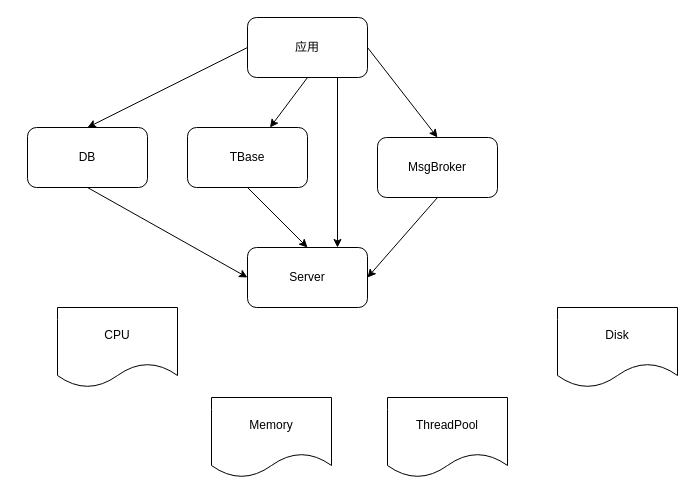
This is 通用容量模型.drawio from frankneu/draw.io, a draw.io file, before an edit. Source tidied: cells renumbered, new cells numbered last; positions are measured from the earlier drawing's top-left corner, leaving out a move shared by most shapes. Both pictures are drawn from the tidied source at 100%, with x=0, y=0 at pixel (27, 17).
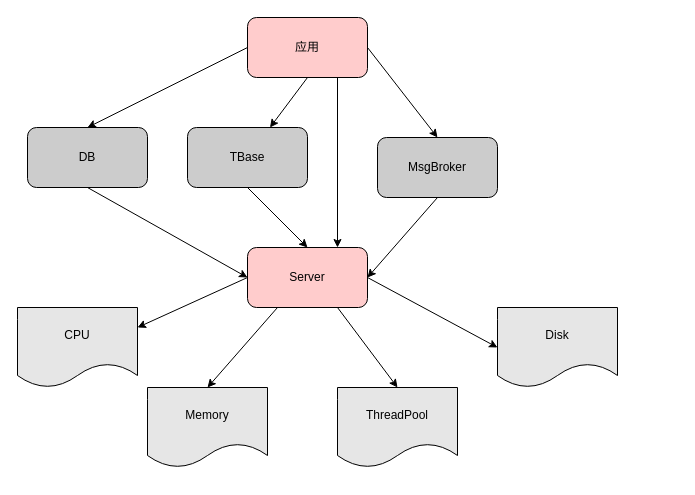
Above is the later version.

Commit message (it also covers changes not shown here):
Update 通用容量模型.drawio

What changed in the source:
```diff
@@
-    <mxCell id="2" style="rounded=0;jettySize=auto;html=1;exitX=0;exitY=0.5;exitDx=0;exitDy=0;entryX=0.5;entryY=0;entryDx=0;entryDy=0;" parent="1" edge="1" source="6" target="10">
+    <mxCell id="2" style="rounded=0;jettySize=auto;html=1;exitX=0;exitY=0.5;exitDx=0;exitDy=0;entryX=0.5;entryY=0;entryDx=0;entryDy=0;fillColor=#CCCCCC;" parent="1" edge="1" source="6" target="10">
       <mxGeometry relative="1" as="geometry" />
     </mxCell>
-    <mxCell id="3" style="rounded=0;jettySize=auto;html=1;exitX=1;exitY=0.5;exitDx=0;exitDy=0;entryX=0.5;entryY=0;entryDx=0;entryDy=0;" parent="1" edge="1" source="6" target="12">
+    <mxCell id="3" style="rounded=0;jettySize=auto;html=1;exitX=1;exitY=0.5;exitDx=0;exitDy=0;entryX=0.5;entryY=0;entryDx=0;entryDy=0;fillColor=#CCCCCC;" parent="1" edge="1" source="6" target="12">
       <mxGeometry relative="1" as="geometry" />
     </mxCell>
-    <mxCell id="4" style="rounded=0;jettySize=auto;html=1;exitX=0.5;exitY=1;exitDx=0;exitDy=0;" parent="1" edge="1" source="6" target="8">
+    <mxCell id="4" style="rounded=0;jettySize=auto;html=1;exitX=0.5;exitY=1;exitDx=0;exitDy=0;fillColor=#CCCCCC;" parent="1" edge="1" source="6" target="8">
       <mxGeometry relative="1" as="geometry" />
     </mxCell>
-    <mxCell id="5" style="rounded=0;jettySize=auto;html=1;exitX=0.75;exitY=1;exitDx=0;exitDy=0;entryX=0.75;entryY=0;entryDx=0;entryDy=0;" parent="1" edge="1" source="6" target="13">
+    <mxCell id="5" style="rounded=0;jettySize=auto;html=1;exitX=0.75;exitY=1;exitDx=0;exitDy=0;entryX=0.75;entryY=0;entryDx=0;entryDy=0;fillColor=#CCCCCC;" parent="1" edge="1" source="6" target="13">
       <mxGeometry relative="1" as="geometry" />
     </mxCell>
-    <mxCell id="6" value="应用" style="rounded=1;whiteSpace=wrap;html=1;" parent="1" vertex="1">
+    <mxCell id="6" value="应用" style="rounded=1;whiteSpace=wrap;html=1;fillColor=#FFCCCC;" parent="1" vertex="1">
       <mxGeometry x="220" width="120" height="60" as="geometry" />
     </mxCell>
-    <mxCell id="7" style="edgeStyle=none;rounded=0;jettySize=auto;html=1;exitX=0.5;exitY=1;exitDx=0;exitDy=0;entryX=0.5;entryY=0;entryDx=0;entryDy=0;" parent="1" edge="1" source="8" target="13">
+    <mxCell id="7" style="edgeStyle=none;rounded=0;jettySize=auto;html=1;exitX=0.5;exitY=1;exitDx=0;exitDy=0;entryX=0.5;entryY=0;entryDx=0;entryDy=0;fillColor=#CCCCCC;" parent="1" edge="1" source="8" target="13">
       <mxGeometry relative="1" as="geometry" />
     </mxCell>
-    <mxCell id="8" value="TBase" style="rounded=1;whiteSpace=wrap;html=1;" parent="1" vertex="1">
+    <mxCell id="8" value="TBase" style="rounded=1;whiteSpace=wrap;html=1;fillColor=#CCCCCC;" parent="1" vertex="1">
       <mxGeometry x="160" y="110" width="120" height="60" as="geometry" />
     </mxCell>
-    <mxCell id="9" style="rounded=0;jettySize=auto;html=1;exitX=0.5;exitY=1;exitDx=0;exitDy=0;entryX=0;entryY=0.5;entryDx=0;entryDy=0;" parent="1" edge="1" source="10" target="13">
+    <mxCell id="9" style="rounded=0;jettySize=auto;html=1;exitX=0.5;exitY=1;exitDx=0;exitDy=0;entryX=0;entryY=0.5;entryDx=0;entryDy=0;fillColor=#CCCCCC;" parent="1" edge="1" source="10" target="13">
       <mxGeometry relative="1" as="geometry" />
     </mxCell>
-    <mxCell id="10" value="DB" style="rounded=1;whiteSpace=wrap;html=1;" parent="1" vertex="1">
+    <mxCell id="10" value="DB" style="rounded=1;whiteSpace=wrap;html=1;fillColor=#CCCCCC;" parent="1" vertex="1">
       <mxGeometry y="110" width="120" height="60" as="geometry" />
     </mxCell>
-    <mxCell id="11" style="rounded=0;jettySize=auto;html=1;exitX=0.5;exitY=1;exitDx=0;exitDy=0;entryX=1;entryY=0.5;entryDx=0;entryDy=0;" parent="1" edge="1" source="12" target="13">
+    <mxCell id="11" style="rounded=0;jettySize=auto;html=1;exitX=0.5;exitY=1;exitDx=0;exitDy=0;entryX=1;entryY=0.5;entryDx=0;entryDy=0;fillColor=#CCCCCC;" parent="1" edge="1" source="12" target="13">
       <mxGeometry relative="1" as="geometry" />
     </mxCell>
-    <mxCell id="12" value="MsgBroker" style="rounded=1;whiteSpace=wrap;html=1;" parent="1" vertex="1">
+    <mxCell id="12" value="MsgBroker" style="rounded=1;whiteSpace=wrap;html=1;fillColor=#CCCCCC;" parent="1" vertex="1">
       <mxGeometry x="350" y="120" width="120" height="60" as="geometry" />
     </mxCell>
+    <mxCell id="18" style="edgeStyle=none;rounded=0;jettySize=auto;html=1;exitX=0;exitY=0.5;exitDx=0;exitDy=0;entryX=1;entryY=0.25;entryDx=0;entryDy=0;fillColor=#E6E6E6;" parent="1" edge="1" source="13" target="14">
+      <mxGeometry relative="1" as="geometry" />
+    </mxCell>
+    <mxCell id="19" style="edgeStyle=none;rounded=0;jettySize=auto;html=1;exitX=0.25;exitY=1;exitDx=0;exitDy=0;entryX=0.5;entryY=0;entryDx=0;entryDy=0;fillColor=#E6E6E6;" parent="1" edge="1" source="13" target="15">
+      <mxGeometry relative="1" as="geometry" />
+    </mxCell>
+    <mxCell id="20" style="edgeStyle=none;rounded=0;jettySize=auto;html=1;exitX=0.75;exitY=1;exitDx=0;exitDy=0;entryX=0.5;entryY=0;entryDx=0;entryDy=0;fillColor=#E6E6E6;" parent="1" edge="1" source="13" target="16">
+      <mxGeometry relative="1" as="geometry" />
+    </mxCell>
+    <mxCell id="21" style="edgeStyle=none;rounded=0;jettySize=auto;html=1;exitX=1;exitY=0.5;exitDx=0;exitDy=0;entryX=0;entryY=0.5;entryDx=0;entryDy=0;fillColor=#E6E6E6;" parent="1" edge="1" source="13" target="17">
+      <mxGeometry relative="1" as="geometry" />
+    </mxCell>
-    <mxCell id="13" value="Server" style="rounded=1;whiteSpace=wrap;html=1;" parent="1" vertex="1">
+    <mxCell id="13" value="Server" style="rounded=1;whiteSpace=wrap;html=1;fillColor=#FFCCCC;" parent="1" vertex="1">
       <mxGeometry x="220" y="230" width="120" height="60" as="geometry" />
     </mxCell>
-    <mxCell id="14" value="CPU" style="shape=document;whiteSpace=wrap;html=1;boundedLbl=1;" parent="1" vertex="1">
-      <mxGeometry x="30" y="290" width="120" height="80" as="geometry" />
+    <mxCell id="14" value="CPU" style="shape=document;whiteSpace=wrap;html=1;boundedLbl=1;fillColor=#E6E6E6;" parent="1" vertex="1">
+      <mxGeometry x="-10" y="290" width="120" height="80" as="geometry" />
     </mxCell>
-    <mxCell id="15" value="Memory" style="shape=document;whiteSpace=wrap;html=1;boundedLbl=1;" parent="1" vertex="1">
-      <mxGeometry x="184" y="380" width="120" height="80" as="geometry" />
+    <mxCell id="15" value="Memory" style="shape=document;whiteSpace=wrap;html=1;boundedLbl=1;fillColor=#E6E6E6;" parent="1" vertex="1">
+      <mxGeometry x="120" y="370" width="120" height="80" as="geometry" />
     </mxCell>
-    <mxCell id="16" value="ThreadPool" style="shape=document;whiteSpace=wrap;html=1;boundedLbl=1;" parent="1" vertex="1">
-      <mxGeometry x="360" y="380" width="120" height="80" as="geometry" />
+    <mxCell id="16" value="ThreadPool" style="shape=document;whiteSpace=wrap;html=1;boundedLbl=1;fillColor=#E6E6E6;" parent="1" vertex="1">
+      <mxGeometry x="310" y="370" width="120" height="80" as="geometry" />
     </mxCell>
-    <mxCell id="17" value="Disk" style="shape=document;whiteSpace=wrap;html=1;boundedLbl=1;" parent="1" vertex="1">
-      <mxGeometry x="530" y="290" width="120" height="80" as="geometry" />
+    <mxCell id="17" value="Disk" style="shape=document;whiteSpace=wrap;html=1;boundedLbl=1;fillColor=#E6E6E6;" parent="1" vertex="1">
+      <mxGeometry x="470" y="290" width="120" height="80" as="geometry" />
     </mxCell>
```
